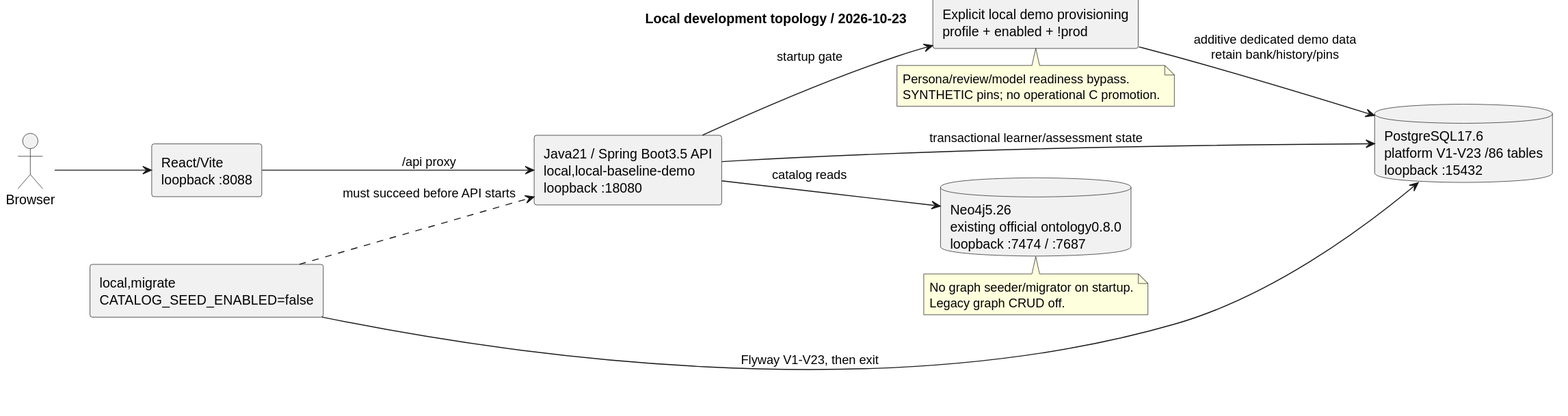
The PlantUML diagram documents/diagrams/runtime-topology.svg in SEP490-Fall-2026-GFA26SE64/SEP490, before a commit.
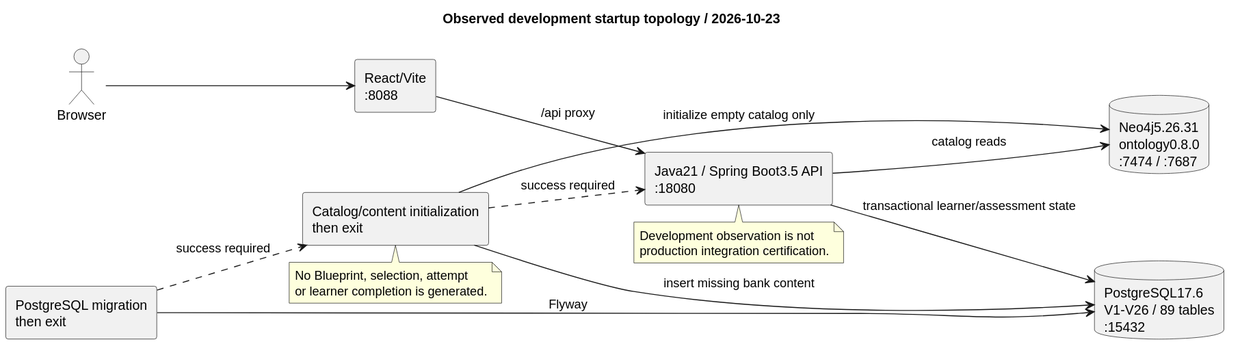
The same file after the commit.

Diff of the diagram source:
```diff
@@ -3,28 +3,29 @@
 left to right direction
 skinparam componentStyle rectangle
 skinparam shadowing false
-title Local development topology / 2026-10-23
+title Observed development startup topology / 2026-10-23
 actor Browser
-component "React/Vite\nloopback :8088" as Web
-component "Java21 / Spring Boot3.5 API\nlocal,local-baseline-demo\nloopback :18080" as API
-component "local,migrate\nCATALOG_SEED_ENABLED=false" as Migrate
-component "Explicit local demo provisioning\nprofile + enabled + !prod" as Demo
-database "PostgreSQL17.6\nplatform V1-V23 /86 tables\nloopback :15432" as PG
-database "Neo4j5.26\nexisting official ontology0.8.0\nloopback :7474 / :7687" as Graph
+component "React/Vite\n:8088" as Web
+component "Java21 / Spring Boot3.5 API\n:18080" as API
+component "PostgreSQL migration\nthen exit" as Migrate
+component "Catalog/content initialization\nthen exit" as Seed
+database "PostgreSQL17.6\nV1-V26 / 89 tables\n:15432" as PG
+database "Neo4j5.26.31\nontology0.8.0\n:7474 / :7687" as Graph
 Browser --> Web
 Web --> API : /api proxy
-Migrate --> PG : Flyway V1-V23, then exit
-Migrate ..> API : must succeed before API starts
+Migrate --> PG : Flyway
+Migrate ..> Seed : success required
+Seed --> Graph : initialize empty catalog only
+Seed --> PG : insert missing bank content
+Seed ..> API : success required
 API --> PG : transactional learner/assessment state
 API --> Graph : catalog reads
-API --> Demo : startup gate
-Demo --> PG : additive dedicated demo data\nretain bank/history/pins
-note bottom of Graph
-No graph seeder/migrator on startup.
-Legacy graph CRUD off.
+note bottom of Seed
+No Blueprint, selection, attempt
+or learner completion is generated.
 end note
-note bottom of Demo
-Persona/review/model readiness bypass.
-SYNTHETIC pins; no operational C promotion.
+note bottom of API
+Development observation is not
+production integration certification.
 end note
 @enduml
```
